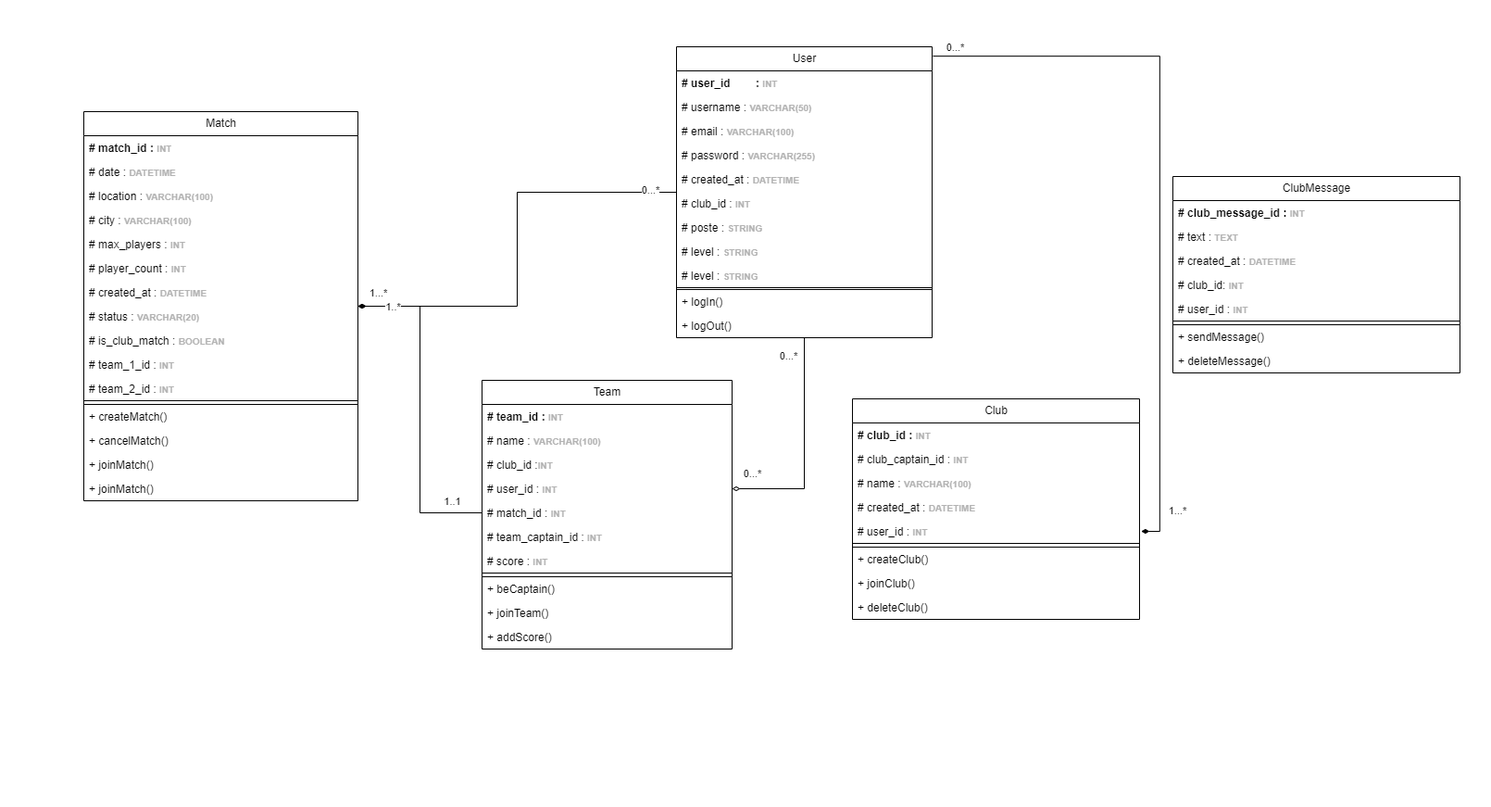
Before: UML Classes.drawio.png, a diagram exported from draw.io (Mathistrg/Styx). Source tidied: cells renumbered, new cells last; positions are measured from the earlier drawing's top-left corner, leaving out a move shared by most shapes.
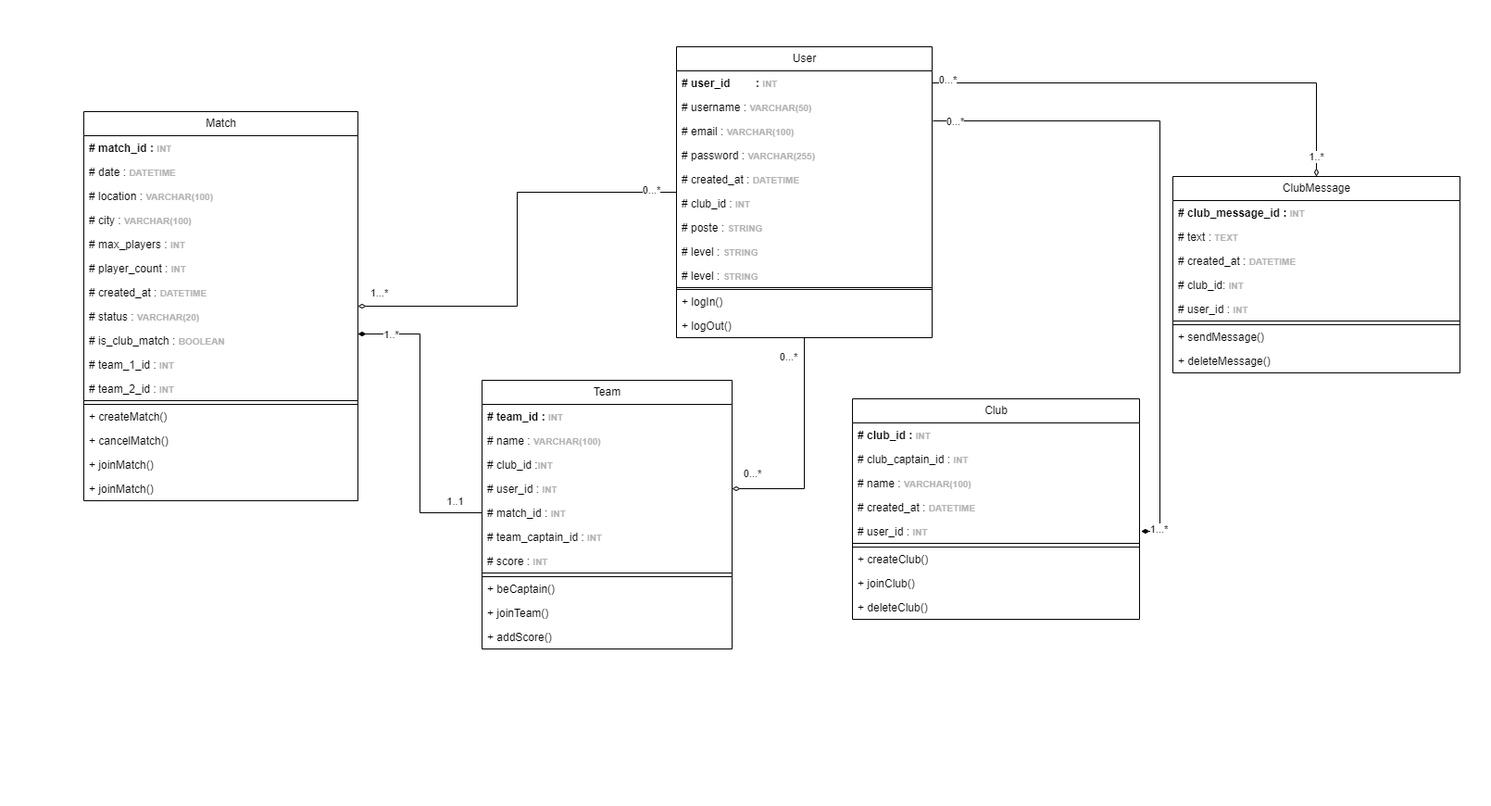
After the commit.

Commit message:
Mettre à jour UML Classes.drawio.png

What changed in the source:
```diff
@@ -173,7 +173,12 @@
       <mxGeometry y="264" width="270" height="26" as="geometry" />
     </mxCell>
     <mxCell id="58" style="edgeStyle=orthogonalEdgeStyle;rounded=0;jettySize=auto;html=1;endArrow=diamondThin;endFill=1;strokeWidth=1;" parent="1" edge="1" source="51" target="19">
-      <mxGeometry relative="1" as="geometry" />
+      <mxGeometry relative="1" as="geometry">
+        <Array as="points">
+          <mxPoint x="453" y="553" />
+          <mxPoint x="453" y="360" />
+        </Array>
+      </mxGeometry>
     </mxCell>
     <mxCell id="59" value="1..1" style="edgeLabel;html=1;align=center;verticalAlign=middle;" parent="58" vertex="1">
       <mxGeometry x="-0.82" y="-3" relative="1" as="geometry">
@@ -198,24 +203,25 @@
         <mxPoint y="-19" as="offset" />
       </mxGeometry>
     </mxCell>
-    <mxCell id="64" style="edgeStyle=orthogonalEdgeStyle;rounded=0;orthogonalLoop=1;jettySize=auto;html=1;entryX=0.997;entryY=0.035;entryDx=0;entryDy=0;entryPerimeter=0;endArrow=none;endFill=1;startFill=1;startArrow=diamondThin;" parent="1" edge="1">
+    <mxCell id="64" style="edgeStyle=orthogonalEdgeStyle;rounded=0;orthogonalLoop=1;jettySize=auto;html=1;endArrow=none;endFill=1;startFill=1;startArrow=diamondThin;" parent="1" edge="1">
       <mxGeometry relative="1" as="geometry">
         <mxPoint x="1231.8" y="573" as="sourcePoint" />
-        <mxPoint x="1007" y="60.1" as="targetPoint" />
+        <mxPoint x="1007" y="130" as="targetPoint" />
         <Array as="points">
-          <mxPoint x="1251.8" y="573" />
-          <mxPoint x="1251.8" y="60" />
+          <mxPoint x="1252" y="573" />
+          <mxPoint x="1252" y="130" />
+          <mxPoint x="1007" y="130" />
         </Array>
       </mxGeometry>
     </mxCell>
     <mxCell id="65" value="0...*" style="edgeLabel;html=1;align=center;verticalAlign=middle;" parent="64" vertex="1">
       <mxGeometry x="-0.85" y="-1" relative="1" as="geometry">
-        <mxPoint x="-223" y="-486" as="offset" />
+        <mxPoint x="-223" y="-411" as="offset" />
       </mxGeometry>
     </mxCell>
     <mxCell id="66" value="1...*" style="edgeLabel;html=1;align=center;verticalAlign=middle;" parent="64" vertex="1">
       <mxGeometry x="0.94" relative="1" as="geometry">
-        <mxPoint x="241" y="490" as="offset" />
+        <mxPoint x="223" y="440" as="offset" />
       </mxGeometry>
     </mxCell>
     <mxCell id="67" value="ClubMessage" style="swimlane;fontStyle=0;horizontal=1;startSize=26;fillColor=none;html=1;" parent="1" vertex="1">
@@ -245,5 +251,14 @@
     <mxCell id="75" value="+ deleteMessage()" style="text;strokeColor=none;fillColor=none;align=left;verticalAlign=top;spacingLeft=4;spacingRight=4;overflow=hidden;whiteSpace=wrap;html=1;" parent="67" vertex="1">
       <mxGeometry y="186" width="310" height="26" as="geometry" />
     </mxCell>
+    <mxCell id="76" style="edgeStyle=orthogonalEdgeStyle;rounded=0;jettySize=auto;html=1;entryX=0.5;entryY=0;entryDx=0;entryDy=0;endArrow=diamondThin;startFill=0;endFill=0;" parent="1" edge="1" source="4" target="67">
+      <mxGeometry relative="1" as="geometry" />
+    </mxCell>
+    <mxCell id="77" value="0...*" style="edgeLabel;html=1;align=center;verticalAlign=middle;" parent="76" vertex="1">
+      <mxGeometry x="-0.94" y="4" relative="1" as="geometry" />
+    </mxCell>
+    <mxCell id="78" value="1..*" style="edgeLabel;html=1;align=center;verticalAlign=middle;" parent="76" vertex="1">
+      <mxGeometry x="0.92" y="-1" relative="1" as="geometry" />
+    </mxCell>
   </root>
 </mxGraphModel>
```
